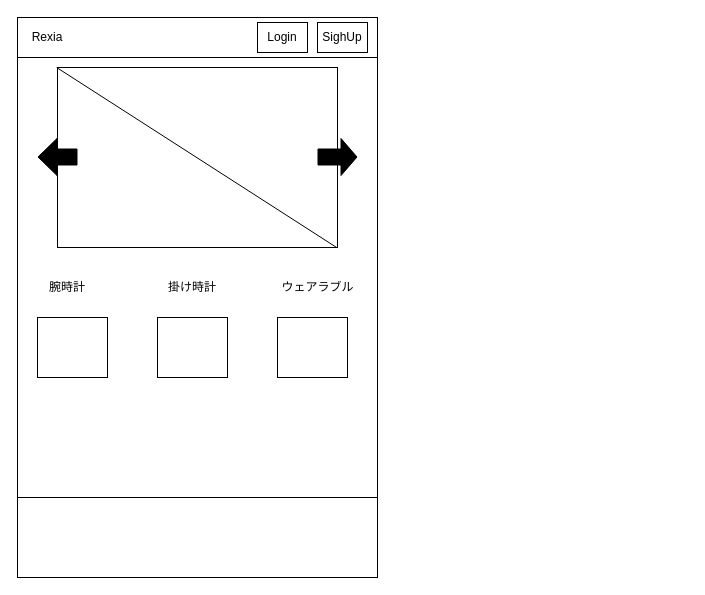
Before: Rexia-ER.drawio in besumero628/react-rails-ec, a draw.io diagram. Source tidied: cells renumbered, new cells numbered last; positions are measured from the earlier drawing's top-left corner, leaving out a move shared by most shapes. Both pictures are drawn from the tidied source at 100%, with x=0, y=0 at pixel (17, 17).
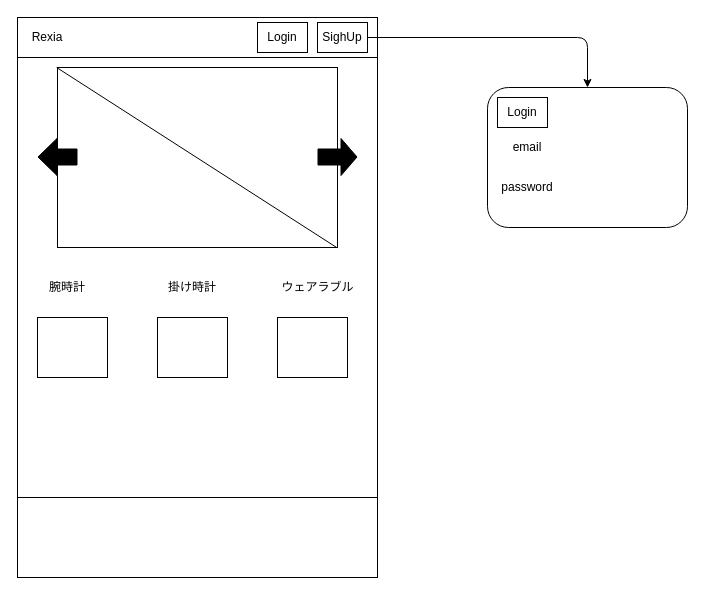
The same diagram, later.

Commit message:
login popup

The change refers to these unchanged cells:
```xml
<mxCell id="8" value="SighUp" style="rounded=0;whiteSpace=wrap;html=1;" parent="1" vertex="1">
  <mxGeometry x="300" y="5" width="50" height="30" as="geometry" />
</mxCell>
```

What changed in the source:
```diff
@@
+    <mxCell id="18" style="rounded=1;whiteSpace=wrap;html=1;" parent="1" vertex="1">
+      <mxGeometry x="470" y="70" width="200" height="140" as="geometry" />
+    </mxCell>
+    <mxCell id="19" style="edgeStyle=elbowEdgeStyle;elbow=horizontal;endArrow=classic;html=1;fillColor=#000000;gradientColor=#ffffff;exitX=1;exitY=0.5;exitDx=0;exitDy=0;entryX=0.5;entryY=0;entryDx=0;entryDy=0;" parent="1" edge="1" source="8" target="18">
+      <mxGeometry relative="1" as="geometry">
+        <Array as="points">
+          <mxPoint x="570" y="30" />
+          <mxPoint x="560" y="30" />
+        </Array>
+      </mxGeometry>
+    </mxCell>
+    <mxCell id="20" value="Login" style="rounded=0;whiteSpace=wrap;html=1;" parent="1" vertex="1">
+      <mxGeometry x="480" y="80" width="50" height="30" as="geometry" />
+    </mxCell>
+    <mxCell id="21" value="email" style="text;html=1;strokeColor=none;fillColor=none;align=center;verticalAlign=middle;whiteSpace=wrap;rounded=0;" parent="1" vertex="1">
+      <mxGeometry x="490" y="120" width="40" height="20" as="geometry" />
+    </mxCell>
+    <mxCell id="22" value="password" style="text;html=1;strokeColor=none;fillColor=none;align=center;verticalAlign=middle;whiteSpace=wrap;rounded=0;" parent="1" vertex="1">
+      <mxGeometry x="490" y="160" width="40" height="20" as="geometry" />
+    </mxCell>
```
